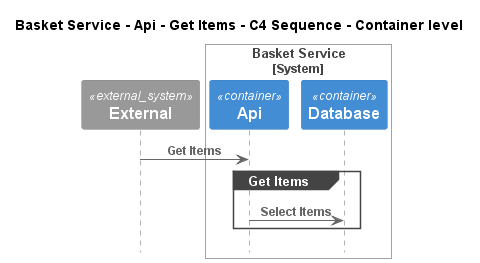
Earlier version of the PlantUML export e-commerce-platform/Software Systems/Basket Service/Containers/Api/Interfaces/Get Items/Container - C4 Sequence.png (C4InterFlow/architecture-as-code-samples). Source of this version:
```plantuml
@startuml
!pragma layout smetana
!include ..\..\..\..\..\..\.c4s\C4_Sequence.puml

title Basket Service - Api - Get Items - C4 Sequence - Container level

System_Ext(C4InterFlow.SoftwareSystems.ExternalSystem, "External", "")

System_Boundary(ECommercePlatform.SoftwareSystems.BasketService, "Basket Service")
    Container(ECommercePlatform.SoftwareSystems.BasketService.Containers.Api, "Api", "", "")
    Container(ECommercePlatform.SoftwareSystems.BasketService.Containers.Database, "Database", "", "")
Boundary_End()

Rel(C4InterFlow.SoftwareSystems.ExternalSystem, ECommercePlatform.SoftwareSystems.BasketService.Containers.Api, "Get Items")
group Get Items
Rel(ECommercePlatform.SoftwareSystems.BasketService.Containers.Api, ECommercePlatform.SoftwareSystems.BasketService.Containers.Database, "Select Items")
end


@enduml
```
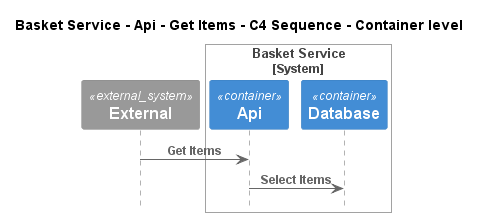
The same file after the commit.

What changed in the source:
```diff
@@ -12,9 +12,7 @@
 Boundary_End()
 
 Rel(C4InterFlow.SoftwareSystems.ExternalSystem, ECommercePlatform.SoftwareSystems.BasketService.Containers.Api, "Get Items")
-group Get Items
 Rel(ECommercePlatform.SoftwareSystems.BasketService.Containers.Api, ECommercePlatform.SoftwareSystems.BasketService.Containers.Database, "Select Items")
-end
 
 
 @enduml
```
